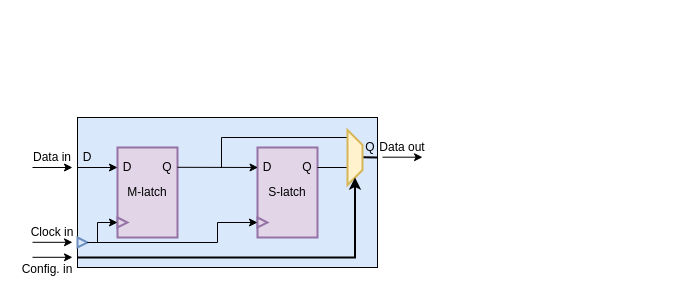
kxzhu0505/TIRL keeps this draw.io diagram as latch.drawio. Above is the earlier version. Source tidied: cells renumbered, new cells numbered last; positions are measured from the earlier drawing's top-left corner, leaving out a move shared by most shapes. Both pictures are drawn from the tidied source at 100%, with x=0, y=0 at pixel (17, 117).
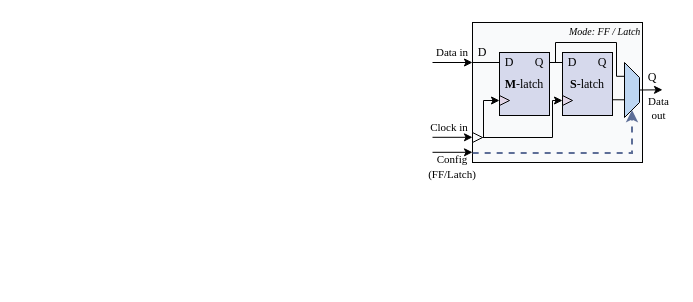
After the change.

The edit, as a diff of the source:
```diff
@@
-    <mxCell id="2" style="rounded=0;whiteSpace=wrap;html=1;fillColor=#dae8fc;strokeColor=#000000;strokeWidth=1;" parent="1" vertex="1">
-      <mxGeometry x="60" width="300" height="150" as="geometry" />
+    <mxCell id="2" style="rounded=0;whiteSpace=wrap;html=1;fillColor=#F9FAFB;strokeColor=#000000;strokeWidth=1;fontFamily=Times New Roman;" parent="1" vertex="1">
+      <mxGeometry x="455" y="-95" width="170" height="140" as="geometry" />
     </mxCell>
-    <mxCell id="3" value="M-latch" style="rounded=0;whiteSpace=wrap;html=1;fillColor=#e1d5e7;strokeColor=#9673a6;strokeWidth=2;" parent="1" vertex="1">
-      <mxGeometry x="100" y="30" width="60" height="90" as="geometry" />
-    </mxCell>
-    <mxCell id="4" value="S-latch" style="rounded=0;whiteSpace=wrap;html=1;fillColor=#e1d5e7;strokeColor=#9673a6;strokeWidth=2;" parent="1" vertex="1">
-      <mxGeometry x="240" y="30" width="60" height="90" as="geometry" />
-    </mxCell>
-    <mxCell id="5" style="triangle;whiteSpace=wrap;html=1;strokeWidth=2;fillColor=#e1d5e7;strokeColor=#9673a6;" parent="1" vertex="1">
-      <mxGeometry x="100" y="100" width="10" height="10" as="geometry" />
-    </mxCell>
-    <mxCell id="6" style="triangle;whiteSpace=wrap;html=1;strokeWidth=2;fillColor=#e1d5e7;strokeColor=#9673a6;" parent="1" vertex="1">
-      <mxGeometry x="240" y="100" width="10" height="10" as="geometry" />
-    </mxCell>
-    <mxCell id="7" value="D" style="text;html=1;align=center;verticalAlign=middle;whiteSpace=wrap;rounded=0;" parent="1" vertex="1">
-      <mxGeometry x="100" y="40" width="20" height="20" as="geometry" />
-    </mxCell>
-    <mxCell id="8" value="D" style="text;html=1;align=center;verticalAlign=middle;whiteSpace=wrap;rounded=0;" parent="1" vertex="1">
-      <mxGeometry x="240" y="40" width="20" height="20" as="geometry" />
-    </mxCell>
-    <mxCell id="9" value="Q" style="text;html=1;align=center;verticalAlign=middle;whiteSpace=wrap;rounded=0;" parent="1" vertex="1">
-      <mxGeometry x="140" y="40" width="20" height="20" as="geometry" />
-    </mxCell>
-    <mxCell id="10" value="Q" style="text;html=1;align=center;verticalAlign=middle;whiteSpace=wrap;rounded=0;" parent="1" vertex="1">
-      <mxGeometry x="280" y="40" width="20" height="20" as="geometry" />
-    </mxCell>
-    <mxCell id="11" style="triangle;whiteSpace=wrap;html=1;strokeWidth=2;fillColor=#dae8fc;strokeColor=#6c8ebf;" parent="1" vertex="1">
-      <mxGeometry x="60" y="120" width="10" height="10" as="geometry" />
+    <mxCell id="11" style="triangle;whiteSpace=wrap;html=1;strokeWidth=1;fillColor=light-dark(#f9fafb, #1d293b);strokeColor=#000000;fontFamily=Times New Roman;" parent="1" vertex="1">
+      <mxGeometry x="455" y="15" width="10" height="10" as="geometry" />
     </mxCell>
-    <mxCell id="12" style="endArrow=classic;html=1;rounded=0;exitX=1;exitY=0.5;exitDx=0;exitDy=0;entryX=0;entryY=0.5;entryDx=0;entryDy=0;edgeStyle=orthogonalEdgeStyle;strokeWidth=1;endFill=1;" parent="1" edge="1" source="11" target="5">
+    <mxCell id="12" style="endArrow=classic;html=1;rounded=0;exitX=1;exitY=0.5;exitDx=0;exitDy=0;edgeStyle=orthogonalEdgeStyle;strokeWidth=1;endFill=1;fontFamily=Times New Roman;entryX=0;entryY=0.5;entryDx=0;entryDy=0;" parent="1" edge="1" target="34">
       <mxGeometry relative="1" as="geometry">
+        <mxPoint x="466" y="20" as="sourcePoint" />
         <Array as="points">
-          <mxPoint x="80" y="125" />
-          <mxPoint x="80" y="105" />
+          <mxPoint x="466" y="-17" />
         </Array>
       </mxGeometry>
     </mxCell>
-    <mxCell id="13" style="endArrow=classic;html=1;rounded=0;exitX=1;exitY=0.5;exitDx=0;exitDy=0;entryX=0;entryY=0.5;entryDx=0;entryDy=0;edgeStyle=orthogonalEdgeStyle;strokeWidth=1;endFill=1;" parent="1" edge="1" source="11" target="6">
+    <mxCell id="13" style="endArrow=classic;html=1;rounded=0;exitX=1;exitY=0.5;exitDx=0;exitDy=0;entryX=0;entryY=0.5;entryDx=0;entryDy=0;edgeStyle=orthogonalEdgeStyle;strokeWidth=1;endFill=1;fontFamily=Times New Roman;" parent="1" edge="1" source="11" target="39">
       <mxGeometry relative="1" as="geometry">
         <Array as="points">
-          <mxPoint x="200" y="125" />
-          <mxPoint x="200" y="105" />
+          <mxPoint x="535" y="20" />
+          <mxPoint x="535" y="-17" />
         </Array>
       </mxGeometry>
     </mxCell>
-    <mxCell id="14" value="D" style="text;html=1;align=center;verticalAlign=middle;whiteSpace=wrap;rounded=0;" parent="1" vertex="1">
-      <mxGeometry x="60" y="30" width="20" height="20" as="geometry" />
+    <mxCell id="14" value="D" style="text;html=1;align=center;verticalAlign=middle;whiteSpace=wrap;rounded=0;fontFamily=Times New Roman;" parent="1" vertex="1">
+      <mxGeometry x="455" y="-75" width="20" height="20" as="geometry" />
     </mxCell>
-    <mxCell id="15" style="endArrow=classic;html=1;rounded=0;strokeWidth=1;endFill=1;" parent="1" edge="1">
+    <mxCell id="15" style="endArrow=none;html=1;rounded=0;strokeWidth=1;endFill=1;fontFamily=Times New Roman;startFill=0;entryX=0;entryY=0.5;entryDx=0;entryDy=0;" parent="1" edge="1" target="35">
       <mxGeometry relative="1" as="geometry">
-        <mxPoint x="60" y="50" as="sourcePoint" />
-        <mxPoint x="100" y="50" as="targetPoint" />
+        <mxPoint x="455" y="-55" as="sourcePoint" />
       </mxGeometry>
     </mxCell>
-    <mxCell id="16" style="endArrow=classic;html=1;rounded=0;entryX=0.009;entryY=0.222;entryDx=0;entryDy=0;entryPerimeter=0;strokeWidth=1;endFill=1;" parent="1" edge="1" target="4">
-      <mxGeometry relative="1" as="geometry">
-        <mxPoint x="160" y="49.8" as="sourcePoint" />
-      </mxGeometry>
-    </mxCell>
-    <mxCell id="17" style="endArrow=none;html=1;rounded=0;strokeWidth=1;endFill=0;" parent="1" edge="1">
-      <mxGeometry relative="1" as="geometry">
-        <mxPoint x="300" y="50" as="sourcePoint" />
-        <mxPoint x="330" y="50" as="targetPoint" />
-      </mxGeometry>
+    <mxCell id="17" style="endArrow=none;html=1;rounded=0;strokeWidth=1;endFill=0;entryX=0.673;entryY=0.978;entryDx=0;entryDy=0;entryPerimeter=0;fontFamily=Times New Roman;edgeStyle=orthogonalEdgeStyle;exitX=1;exitY=0.75;exitDx=0;exitDy=0;" parent="1" edge="1" source="38" target="19">
+      <mxGeometry relative="1" as="geometry" />
     </mxCell>
-    <mxCell id="18" style="endArrow=none;html=1;rounded=0;strokeWidth=1;edgeStyle=orthogonalEdgeStyle;endFill=0;" parent="1" edge="1">
+    <mxCell id="18" style="endArrow=none;html=1;rounded=0;strokeWidth=1;edgeStyle=orthogonalEdgeStyle;endFill=0;entryX=0.25;entryY=1;entryDx=0;entryDy=0;fontFamily=Times New Roman;exitX=1;exitY=0.5;exitDx=0;exitDy=0;" parent="1" edge="1">
       <mxGeometry relative="1" as="geometry">
-        <mxPoint x="203" y="50" as="sourcePoint" />
-        <mxPoint x="330" y="20" as="targetPoint" />
+        <mxPoint x="535" y="-55" as="sourcePoint" />
+        <mxPoint x="610" y="-41.2" as="targetPoint" />
         <Array as="points">
-          <mxPoint x="204" y="50" />
-          <mxPoint x="204" y="20" />
+          <mxPoint x="538" y="-55" />
+          <mxPoint x="538" y="-75" />
+          <mxPoint x="599" y="-75" />
+          <mxPoint x="599" y="-41" />
         </Array>
       </mxGeometry>
     </mxCell>
-    <mxCell id="19" style="shape=trapezoid;perimeter=trapezoidPerimeter;whiteSpace=wrap;html=1;fixedSize=1;rotation=90;size=15;strokeWidth=2;fillColor=#fff2cc;strokeColor=#d6b656;" parent="1" vertex="1">
-      <mxGeometry x="310" y="32.5" width="55" height="15" as="geometry" />
+    <mxCell id="19" style="shape=trapezoid;perimeter=trapezoidPerimeter;whiteSpace=wrap;html=1;fixedSize=1;rotation=90;size=15;strokeWidth=1;fillColor=#BDD6F2;strokeColor=#000000;fontFamily=Times New Roman;" parent="1" vertex="1">
+      <mxGeometry x="587" y="-35" width="55" height="15" as="geometry" />
     </mxCell>
-    <mxCell id="20" style="endArrow=none;html=1;rounded=0;strokeWidth=2;" parent="1" edge="1">
-      <mxGeometry relative="1" as="geometry">
-        <mxPoint x="346" y="39.7" as="sourcePoint" />
-        <mxPoint x="360" y="40" as="targetPoint" />
-      </mxGeometry>
-    </mxCell>
-    <mxCell id="21" value="Q" style="text;html=1;align=center;verticalAlign=middle;whiteSpace=wrap;rounded=0;" parent="1" vertex="1">
-      <mxGeometry x="343" y="20" width="20" height="20" as="geometry" />
+    <mxCell id="21" value="Q" style="text;html=1;align=center;verticalAlign=middle;whiteSpace=wrap;rounded=0;fontFamily=Times New Roman;" parent="1" vertex="1">
+      <mxGeometry x="625" y="-50" width="20" height="20" as="geometry" />
     </mxCell>
-    <mxCell id="22" value="Data in" style="text;html=1;align=center;verticalAlign=middle;whiteSpace=wrap;rounded=0;" parent="1" vertex="1">
-      <mxGeometry x="10" y="25" width="50" height="30" as="geometry" />
+    <mxCell id="22" value="Data in" style="text;html=1;align=center;verticalAlign=middle;whiteSpace=wrap;rounded=0;fontFamily=Times New Roman;fontSize=11;" parent="1" vertex="1">
+      <mxGeometry x="410" y="-80" width="50" height="30" as="geometry" />
     </mxCell>
-    <mxCell id="23" style="endArrow=classic;html=1;rounded=0;" parent="1" edge="1">
+    <mxCell id="23" style="endArrow=classic;html=1;rounded=0;fontFamily=Times New Roman;" parent="1" edge="1">
       <mxGeometry relative="1" as="geometry">
-        <mxPoint x="15" y="50" as="sourcePoint" />
-        <mxPoint x="55" y="50" as="targetPoint" />
+        <mxPoint x="415" y="-55" as="sourcePoint" />
+        <mxPoint x="455" y="-55" as="targetPoint" />
       </mxGeometry>
     </mxCell>
-    <mxCell id="24" style="endArrow=classic;html=1;rounded=0;" parent="1" edge="1">
+    <mxCell id="24" style="endArrow=classic;html=1;rounded=0;fontFamily=Times New Roman;" parent="1" edge="1">
       <mxGeometry relative="1" as="geometry">
-        <mxPoint x="15" y="124.8" as="sourcePoint" />
-        <mxPoint x="55" y="124.8" as="targetPoint" />
+        <mxPoint x="415" y="19.8" as="sourcePoint" />
+        <mxPoint x="455" y="19.8" as="targetPoint" />
       </mxGeometry>
     </mxCell>
-    <mxCell id="25" value="Clock in" style="text;html=1;align=center;verticalAlign=middle;whiteSpace=wrap;rounded=0;" parent="1" vertex="1">
-      <mxGeometry x="10" y="100" width="50" height="30" as="geometry" />
+    <mxCell id="25" value="Clock in" style="text;html=1;align=center;verticalAlign=middle;whiteSpace=wrap;rounded=0;fontFamily=Times New Roman;fontSize=11;" parent="1" vertex="1">
+      <mxGeometry x="407" y="-5" width="50" height="30" as="geometry" />
     </mxCell>
-    <mxCell id="26" value="Data out" style="text;html=1;align=center;verticalAlign=middle;whiteSpace=wrap;rounded=0;" parent="1" vertex="1">
-      <mxGeometry x="360" y="15" width="50" height="30" as="geometry" />
+    <mxCell id="26" value="&lt;span style=&quot;background-color: transparent; color: light-dark(rgb(0, 0, 0), rgb(255, 255, 255));&quot;&gt;Data&lt;/span&gt;&lt;br&gt;&lt;div&gt;out&lt;/div&gt;" style="text;html=1;align=center;verticalAlign=middle;whiteSpace=wrap;rounded=0;fontFamily=Times New Roman;fontSize=11;" parent="1" vertex="1">
+      <mxGeometry x="624" y="-24" width="35" height="30" as="geometry" />
     </mxCell>
-    <mxCell id="27" style="endArrow=classic;html=1;rounded=0;" parent="1" edge="1">
+    <mxCell id="27" style="endArrow=classic;html=1;rounded=0;fontFamily=Times New Roman;exitX=0.5;exitY=0;exitDx=0;exitDy=0;" parent="1" edge="1" source="19">
       <mxGeometry relative="1" as="geometry">
-        <mxPoint x="365" y="39.7" as="sourcePoint" />
-        <mxPoint x="405" y="39.7" as="targetPoint" />
+        <mxPoint x="645" y="-27.7" as="targetPoint" />
       </mxGeometry>
     </mxCell>
-    <mxCell id="28" style="endArrow=classic;html=1;rounded=0;entryX=1;entryY=0.5;entryDx=0;entryDy=0;exitX=0.001;exitY=0.933;exitDx=0;exitDy=0;exitPerimeter=0;strokeWidth=2;edgeStyle=orthogonalEdgeStyle;endFill=1;" parent="1" edge="1" source="2" target="19">
+    <mxCell id="28" style="endArrow=classic;html=1;rounded=0;entryX=1;entryY=0.5;entryDx=0;entryDy=0;exitX=0.001;exitY=0.933;exitDx=0;exitDy=0;exitPerimeter=0;strokeWidth=2;endFill=1;fontFamily=Times New Roman;edgeStyle=orthogonalEdgeStyle;strokeColor=#5D6E97;dashed=1;" parent="1" edge="1" source="2" target="19">
       <mxGeometry relative="1" as="geometry">
         <Array as="points">
-          <mxPoint x="62" y="140" />
-          <mxPoint x="337" y="140" />
+          <mxPoint x="615" y="35" />
+          <mxPoint x="615" y="-8" />
         </Array>
       </mxGeometry>
     </mxCell>
-    <mxCell id="29" style="endArrow=classic;html=1;rounded=0;" parent="1" edge="1">
+    <mxCell id="29" style="endArrow=classic;html=1;rounded=0;fontFamily=Times New Roman;" parent="1" edge="1">
       <mxGeometry relative="1" as="geometry">
-        <mxPoint x="15" y="139.8" as="sourcePoint" />
-        <mxPoint x="55" y="139.8" as="targetPoint" />
+        <mxPoint x="415" y="34.8" as="sourcePoint" />
+        <mxPoint x="455" y="34.8" as="targetPoint" />
       </mxGeometry>
     </mxCell>
-    <mxCell id="30" value="Config. in" style="text;html=1;align=center;verticalAlign=middle;whiteSpace=wrap;rounded=0;" parent="1" vertex="1">
-      <mxGeometry y="137" width="60" height="30" as="geometry" />
+    <mxCell id="30" value="&lt;code&gt;&lt;font face=&quot;Times New Roman&quot;&gt;Config (FF/Latch)&lt;/font&gt;&lt;/code&gt;" style="text;html=1;align=center;verticalAlign=middle;whiteSpace=wrap;rounded=0;fontFamily=Times New Roman;fontSize=11;" parent="1" vertex="1">
+      <mxGeometry x="405" y="35" width="60" height="30" as="geometry" />
     </mxCell>
+    <mxCell id="31" style="edgeStyle=orthogonalEdgeStyle;rounded=0;orthogonalLoop=1;jettySize=auto;html=1;exitX=0.5;exitY=1;exitDx=0;exitDy=0;fontFamily=Times New Roman;" parent="1" edge="1" source="21" target="21">
+      <mxGeometry relative="1" as="geometry" />
+    </mxCell>
+    <mxCell id="32" style="group;" parent="1" vertex="1">
+      <mxGeometry x="482" y="-65" width="50" height="63" as="geometry" />
+    </mxCell>
+    <mxCell id="33" value="&lt;b&gt;M&lt;/b&gt;-latch" style="rounded=0;whiteSpace=wrap;html=1;fillColor=#D6D9EC;strokeColor=light-dark(#000000, #9577a3);strokeWidth=1;fontFamily=Times New Roman;" parent="32" vertex="1">
+      <mxGeometry width="50" height="63" as="geometry" />
+    </mxCell>
+    <mxCell id="34" style="triangle;whiteSpace=wrap;html=1;strokeWidth=1;fillColor=#e1d5e7;strokeColor=#000000;fontFamily=Times New Roman;" parent="32" vertex="1">
+      <mxGeometry y="43" width="10" height="10" as="geometry" />
+    </mxCell>
+    <mxCell id="35" value="D" style="text;html=1;align=center;verticalAlign=middle;whiteSpace=wrap;rounded=0;fontFamily=Times New Roman;" parent="32" vertex="1">
+      <mxGeometry width="20" height="20" as="geometry" />
+    </mxCell>
+    <mxCell id="36" value="Q" style="text;html=1;align=center;verticalAlign=middle;whiteSpace=wrap;rounded=0;fontFamily=Times New Roman;" parent="32" vertex="1">
+      <mxGeometry x="30" width="20" height="20" as="geometry" />
+    </mxCell>
+    <mxCell id="37" style="group;" parent="1" vertex="1">
+      <mxGeometry x="545" y="-65" width="50" height="63" as="geometry" />
+    </mxCell>
+    <mxCell id="38" value="&lt;b&gt;S&lt;/b&gt;-latch" style="rounded=0;whiteSpace=wrap;html=1;fillColor=#D6D9EC;strokeColor=light-dark(#000000, #9577a3);strokeWidth=1;fontFamily=Times New Roman;" parent="37" vertex="1">
+      <mxGeometry width="50" height="63" as="geometry" />
+    </mxCell>
+    <mxCell id="39" style="triangle;whiteSpace=wrap;html=1;strokeWidth=1;fillColor=#e1d5e7;strokeColor=#000000;fontFamily=Times New Roman;" parent="37" vertex="1">
+      <mxGeometry y="43" width="10" height="10" as="geometry" />
+    </mxCell>
+    <mxCell id="40" value="D" style="text;html=1;align=center;verticalAlign=middle;whiteSpace=wrap;rounded=0;fontFamily=Times New Roman;" parent="37" vertex="1">
+      <mxGeometry width="20" height="20" as="geometry" />
+    </mxCell>
+    <mxCell id="41" value="Q" style="text;html=1;align=center;verticalAlign=middle;whiteSpace=wrap;rounded=0;fontFamily=Times New Roman;" parent="37" vertex="1">
+      <mxGeometry x="30" width="20" height="20" as="geometry" />
+    </mxCell>
+    <mxCell id="42" style="edgeStyle=orthogonalEdgeStyle;rounded=0;jettySize=auto;html=1;entryX=0;entryY=0.5;entryDx=0;entryDy=0;endArrow=none;startFill=0;" parent="1" edge="1" source="36" target="40">
+      <mxGeometry relative="1" as="geometry">
+        <Array as="points">
+          <mxPoint x="545" y="-55" />
+          <mxPoint x="545" y="-55" />
+        </Array>
+      </mxGeometry>
+    </mxCell>
+    <mxCell id="43" value="&lt;font style=&quot;font-size: 10px;&quot; face=&quot;Times New Roman&quot;&gt;&lt;i&gt;Mode: FF / Latch&lt;/i&gt;&lt;/font&gt;" style="text;whiteSpace=wrap;html=1;" parent="1" vertex="1">
+      <mxGeometry x="550" y="-100" width="75" height="20" as="geometry" />
+    </mxCell>
```
